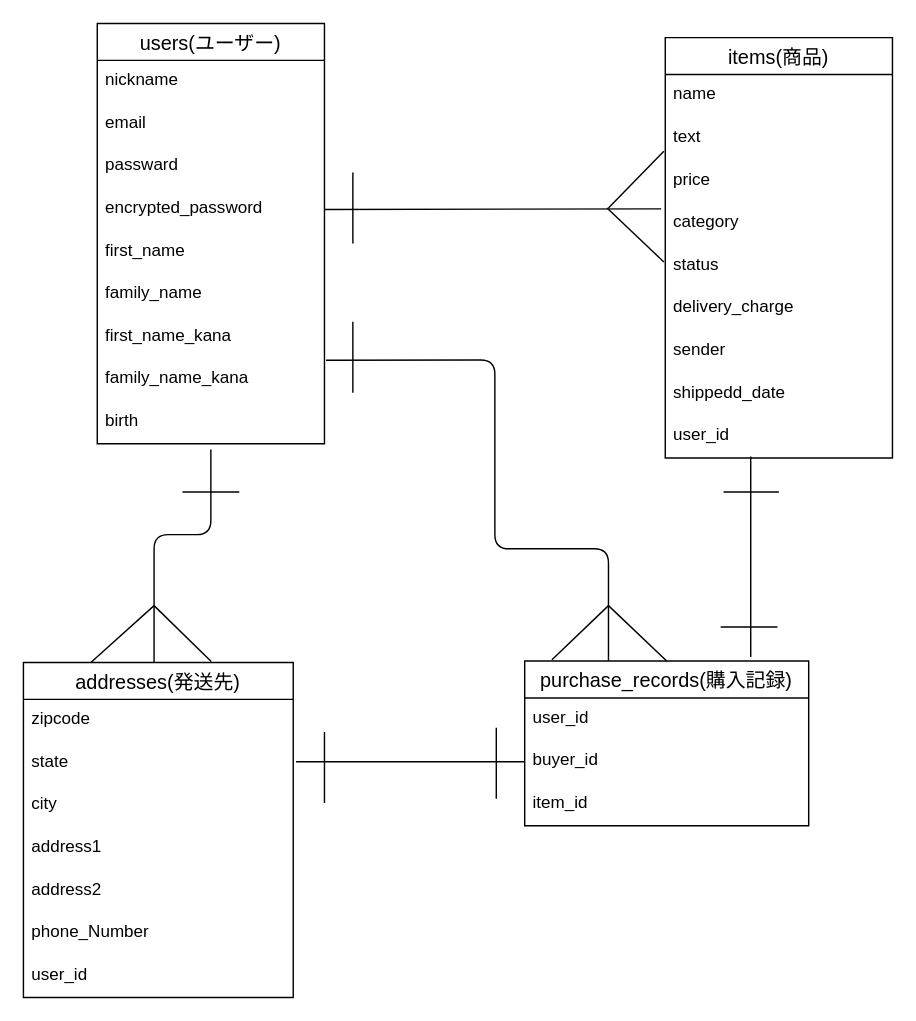
The draw.io diagram config/test.dio in syunkou/furima-38377, before the edit. Source tidied: cells renumbered, new cells numbered last; positions are measured from the earlier drawing's top-left corner, leaving out a move shared by most shapes. Both pictures are drawn from the tidied source at 142%, with x=0, y=0 at pixel (23, 23).
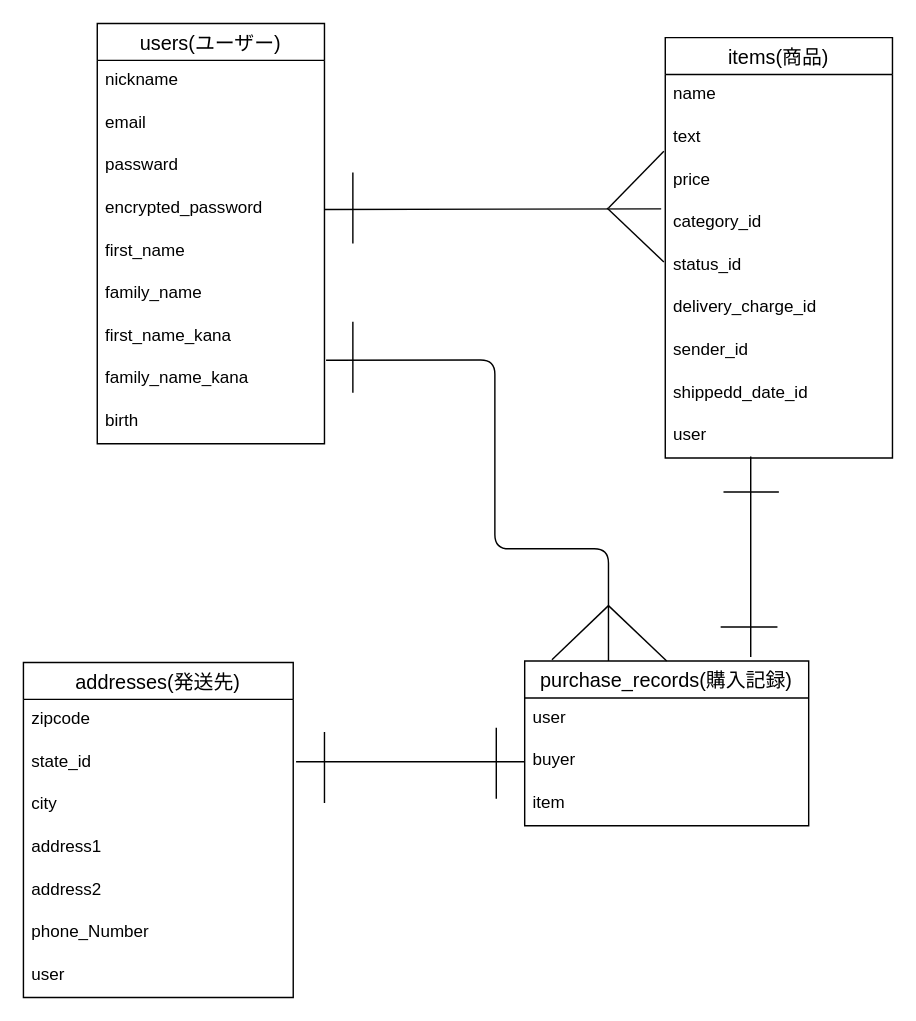
After the change.

The change refers to these unchanged cells:
```xml
<mxCell id="12" value="items(商品)" style="swimlane;fontStyle=0;horizontal=1;startSize=26;align=center;fontSize=14;strokeColor=default;html=0;" parent="1" vertex="1">
  <mxGeometry x="452" y="10" width="160" height="296" as="geometry" />
</mxCell>
<mxCell id="22" value="purchase_records(購入記録)" style="swimlane;fontStyle=0;horizontal=1;startSize=26;align=center;fontSize=14;strokeColor=default;html=0;" parent="1" vertex="1">
  <mxGeometry x="353" y="449" width="200" height="116" as="geometry" />
</mxCell>
<mxCell id="26" value="addresses(発送先)" style="swimlane;fontStyle=0;horizontal=1;startSize=26;align=center;fontSize=14;strokeColor=default;html=0;" parent="1" vertex="1">
  <mxGeometry y="450" width="190" height="236" as="geometry" />
</mxCell>
```

Change to the diagram source:
```diff
@@
-    <mxCell id="16" value="category" style="text;strokeColor=none;fillColor=none;spacingLeft=4;spacingRight=4;overflow=hidden;points=[[0,0.5],[1,0.5]];portConstraint=eastwest;fontSize=12;html=0;" parent="12" vertex="1">
+    <mxCell id="16" value="category_id   " style="text;strokeColor=none;fillColor=none;spacingLeft=4;spacingRight=4;overflow=hidden;points=[[0,0.5],[1,0.5]];portConstraint=eastwest;fontSize=12;html=0;" parent="12" vertex="1">
       <mxGeometry y="116" width="160" height="30" as="geometry" />
     </mxCell>
-    <mxCell id="17" value="status" style="text;strokeColor=none;fillColor=none;spacingLeft=4;spacingRight=4;overflow=hidden;fontSize=12;html=0;" parent="12" vertex="1">
+    <mxCell id="17" value="status_id " style="text;strokeColor=none;fillColor=none;spacingLeft=4;spacingRight=4;overflow=hidden;fontSize=12;html=0;" parent="12" vertex="1">
       <mxGeometry y="146" width="160" height="30" as="geometry" />
     </mxCell>
-    <mxCell id="18" value="delivery_charge" style="text;strokeColor=none;fillColor=none;spacingLeft=4;spacingRight=4;overflow=hidden;fontSize=12;html=0;" parent="12" vertex="1">
+    <mxCell id="18" value="delivery_charge_id" style="text;strokeColor=none;fillColor=none;spacingLeft=4;spacingRight=4;overflow=hidden;fontSize=12;html=0;" parent="12" vertex="1">
       <mxGeometry y="176" width="160" height="30" as="geometry" />
     </mxCell>
-    <mxCell id="19" value="sender" style="text;strokeColor=none;fillColor=none;spacingLeft=4;spacingRight=4;overflow=hidden;fontSize=12;html=0;" parent="12" vertex="1">
+    <mxCell id="19" value="sender_id" style="text;strokeColor=none;fillColor=none;spacingLeft=4;spacingRight=4;overflow=hidden;fontSize=12;html=0;" parent="12" vertex="1">
       <mxGeometry y="206" width="160" height="30" as="geometry" />
     </mxCell>
-    <mxCell id="20" value="shippedd_date" style="text;strokeColor=none;fillColor=none;spacingLeft=4;spacingRight=4;overflow=hidden;fontSize=12;html=0;" parent="12" vertex="1">
+    <mxCell id="20" value="shippedd_date_id" style="text;strokeColor=none;fillColor=none;spacingLeft=4;spacingRight=4;overflow=hidden;fontSize=12;html=0;" parent="12" vertex="1">
       <mxGeometry y="236" width="160" height="30" as="geometry" />
     </mxCell>
-    <mxCell id="21" value="user_id" style="text;strokeColor=none;fillColor=none;spacingLeft=4;spacingRight=4;overflow=hidden;points=[[0,0.5],[1,0.5]];portConstraint=eastwest;fontSize=12;html=0;" parent="12" vertex="1">
+    <mxCell id="21" value="user" style="text;strokeColor=none;fillColor=none;spacingLeft=4;spacingRight=4;overflow=hidden;points=[[0,0.5],[1,0.5]];portConstraint=eastwest;fontSize=12;html=0;" parent="12" vertex="1">
       <mxGeometry y="266" width="160" height="30" as="geometry" />
     </mxCell>
@@
-    <mxCell id="23" value="user_id" style="text;strokeColor=none;fillColor=none;spacingLeft=4;spacingRight=4;overflow=hidden;fontSize=12;html=0;" parent="22" vertex="1">
+    <mxCell id="23" value="user" style="text;strokeColor=none;fillColor=none;spacingLeft=4;spacingRight=4;overflow=hidden;fontSize=12;html=0;" parent="22" vertex="1">
       <mxGeometry y="26" width="200" height="30" as="geometry" />
     </mxCell>
-    <mxCell id="24" value="buyer_id" style="text;strokeColor=none;fillColor=none;spacingLeft=4;spacingRight=4;overflow=hidden;points=[[0,0.5],[1,0.5]];portConstraint=eastwest;fontSize=12;html=0;" parent="22" vertex="1">
+    <mxCell id="24" value="buyer" style="text;strokeColor=none;fillColor=none;spacingLeft=4;spacingRight=4;overflow=hidden;points=[[0,0.5],[1,0.5]];portConstraint=eastwest;fontSize=12;html=0;" parent="22" vertex="1">
       <mxGeometry y="56" width="200" height="30" as="geometry" />
     </mxCell>
-    <mxCell id="25" value="item_id" style="text;strokeColor=none;fillColor=none;spacingLeft=4;spacingRight=4;overflow=hidden;fontSize=12;html=0;" parent="22" vertex="1">
+    <mxCell id="25" value="item" style="text;strokeColor=none;fillColor=none;spacingLeft=4;spacingRight=4;overflow=hidden;fontSize=12;html=0;" parent="22" vertex="1">
       <mxGeometry y="86" width="200" height="30" as="geometry" />
     </mxCell>
@@
-    <mxCell id="28" value="state" style="text;strokeColor=none;fillColor=none;spacingLeft=4;spacingRight=4;overflow=hidden;fontSize=12;html=0;" parent="26" vertex="1">
+    <mxCell id="28" value="state_id" style="text;strokeColor=none;fillColor=none;spacingLeft=4;spacingRight=4;overflow=hidden;fontSize=12;html=0;" parent="26" vertex="1">
       <mxGeometry y="56" width="190" height="30" as="geometry" />
     </mxCell>
@@
-    <mxCell id="33" value="user_id" style="text;strokeColor=none;fillColor=none;spacingLeft=4;spacingRight=4;overflow=hidden;fontSize=12;html=0;" parent="26" vertex="1">
+    <mxCell id="33" value="user" style="text;strokeColor=none;fillColor=none;spacingLeft=4;spacingRight=4;overflow=hidden;fontSize=12;html=0;" parent="26" vertex="1">
       <mxGeometry y="206" width="190" height="30" as="geometry" />
     </mxCell>
@@
-    <mxCell id="38" style="endArrow=none;html=1;" parent="1" edge="1">
-      <mxGeometry relative="1" as="geometry">
-        <mxPoint x="92" y="450" as="sourcePoint" />
-        <mxPoint x="132" y="300" as="targetPoint" />
-        <Array as="points">
-          <mxPoint x="92" y="360" />
-          <mxPoint x="132" y="360" />
-        </Array>
-      </mxGeometry>
-    </mxCell>
-    <mxCell id="39" style="endArrow=none;html=1;" parent="1" edge="1">
-      <mxGeometry relative="1" as="geometry">
-        <mxPoint x="112" y="330" as="sourcePoint" />
-        <mxPoint x="152" y="330" as="targetPoint" />
-      </mxGeometry>
-    </mxCell>
-    <mxCell id="40" style="endArrow=none;html=1;entryX=0.25;entryY=0;entryDx=0;entryDy=0;" parent="1" edge="1" target="26">
-      <mxGeometry relative="1" as="geometry">
-        <mxPoint x="92" y="410" as="sourcePoint" />
-      </mxGeometry>
-    </mxCell>
-    <mxCell id="41" style="endArrow=none;html=1;entryX=0.696;entryY=-0.003;entryDx=0;entryDy=0;entryPerimeter=0;" parent="1" edge="1" target="26">
-      <mxGeometry relative="1" as="geometry">
-        <mxPoint x="92" y="410" as="sourcePoint" />
-      </mxGeometry>
-    </mxCell>
```
